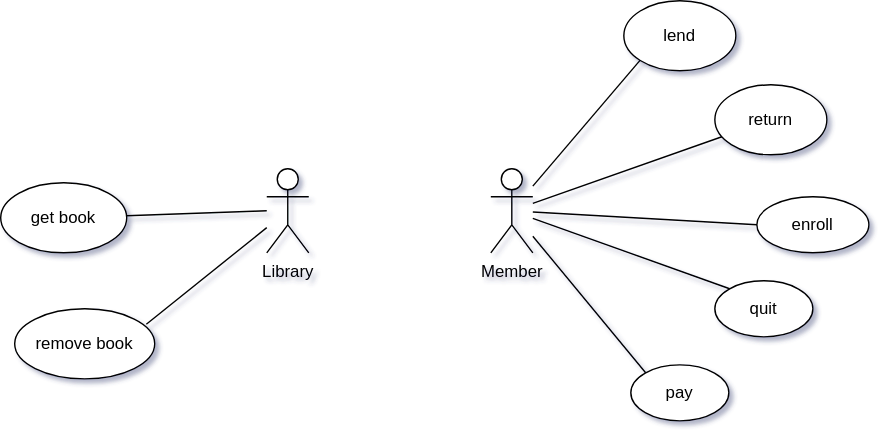
Above: 2. felev/objprog/beadandok/beadando/dokumentacio/UseCase.drawio.svg in csabisoos/elte (draw.io), before the change. Source tidied: cells renumbered, new cells last; positions are measured from the earlier drawing's top-left corner, leaving out a move shared by most shapes. Source of this version:
```xml
<mxGraphModel>
  <root>
    <mxCell id="0" />
    <mxCell id="1" parent="0" />
    <mxCell id="2" value="Library" style="shape=umlActor;verticalLabelPosition=bottom;verticalAlign=top;html=1;outlineConnect=0;" parent="1" vertex="1">
      <mxGeometry x="190" y="120" width="30" height="60" as="geometry" />
    </mxCell>
    <mxCell id="3" value="Member" style="shape=umlActor;verticalLabelPosition=bottom;verticalAlign=top;html=1;outlineConnect=0;" parent="1" vertex="1">
      <mxGeometry x="350" y="120" width="30" height="60" as="geometry" />
    </mxCell>
    <mxCell id="4" value="get book" style="ellipse;whiteSpace=wrap;html=1;" parent="1" vertex="1">
      <mxGeometry y="130" width="90" height="50" as="geometry" />
    </mxCell>
    <mxCell id="5" style="endArrow=none;html=1;rounded=0;fontSize=12;startSize=8;endSize=8;curved=1;" parent="1" edge="1" source="4">
      <mxGeometry relative="1" as="geometry">
        <mxPoint x="190" y="150" as="targetPoint" />
      </mxGeometry>
    </mxCell>
    <mxCell id="6" value="remove book" style="ellipse;whiteSpace=wrap;html=1;" parent="1" vertex="1">
      <mxGeometry x="10" y="220" width="100" height="50" as="geometry" />
    </mxCell>
    <mxCell id="7" style="endArrow=none;html=1;rounded=0;fontSize=12;startSize=8;endSize=8;curved=1;exitX=0.94;exitY=0.22;exitDx=0;exitDy=0;exitPerimeter=0;" parent="1" edge="1" source="6" target="2">
      <mxGeometry relative="1" as="geometry" />
    </mxCell>
    <mxCell id="8" value="enroll" style="ellipse;whiteSpace=wrap;html=1;" parent="1" vertex="1">
      <mxGeometry x="540" y="140" width="80" height="40" as="geometry" />
    </mxCell>
    <mxCell id="9" style="endArrow=none;html=1;rounded=0;fontSize=12;startSize=8;endSize=8;curved=1;exitX=0;exitY=0.5;exitDx=0;exitDy=0;" parent="1" edge="1" source="8" target="3">
      <mxGeometry relative="1" as="geometry" />
    </mxCell>
    <mxCell id="10" value="quit" style="ellipse;whiteSpace=wrap;html=1;" parent="1" vertex="1">
      <mxGeometry x="510" y="200" width="70" height="40" as="geometry" />
    </mxCell>
    <mxCell id="11" style="endArrow=none;html=1;rounded=0;fontSize=12;startSize=8;endSize=8;curved=1;exitX=0;exitY=0;exitDx=0;exitDy=0;" parent="1" edge="1" source="10" target="3">
      <mxGeometry relative="1" as="geometry" />
    </mxCell>
    <mxCell id="12" value="pay" style="ellipse;whiteSpace=wrap;html=1;" parent="1" vertex="1">
      <mxGeometry x="450" y="260" width="70" height="40" as="geometry" />
    </mxCell>
    <mxCell id="13" style="endArrow=none;html=1;rounded=0;fontSize=12;startSize=8;endSize=8;curved=1;entryX=0;entryY=0;entryDx=0;entryDy=0;" parent="1" edge="1" source="3" target="12">
      <mxGeometry relative="1" as="geometry" />
    </mxCell>
    <mxCell id="14" value="return" style="ellipse;whiteSpace=wrap;html=1;" parent="1" vertex="1">
      <mxGeometry x="510" y="60" width="80" height="50" as="geometry" />
    </mxCell>
    <mxCell id="15" style="endArrow=none;html=1;rounded=0;fontSize=12;startSize=8;endSize=8;curved=1;" parent="1" edge="1" source="14" target="3">
      <mxGeometry relative="1" as="geometry" />
    </mxCell>
    <mxCell id="16" value="lend" style="ellipse;whiteSpace=wrap;html=1;" parent="1" vertex="1">
      <mxGeometry x="445" width="80" height="50" as="geometry" />
    </mxCell>
    <mxCell id="17" style="endArrow=none;html=1;rounded=0;fontSize=12;startSize=8;endSize=8;curved=1;exitX=0;exitY=1;exitDx=0;exitDy=0;" parent="1" edge="1" source="16" target="3">
      <mxGeometry relative="1" as="geometry" />
    </mxCell>
  </root>
</mxGraphModel>
```
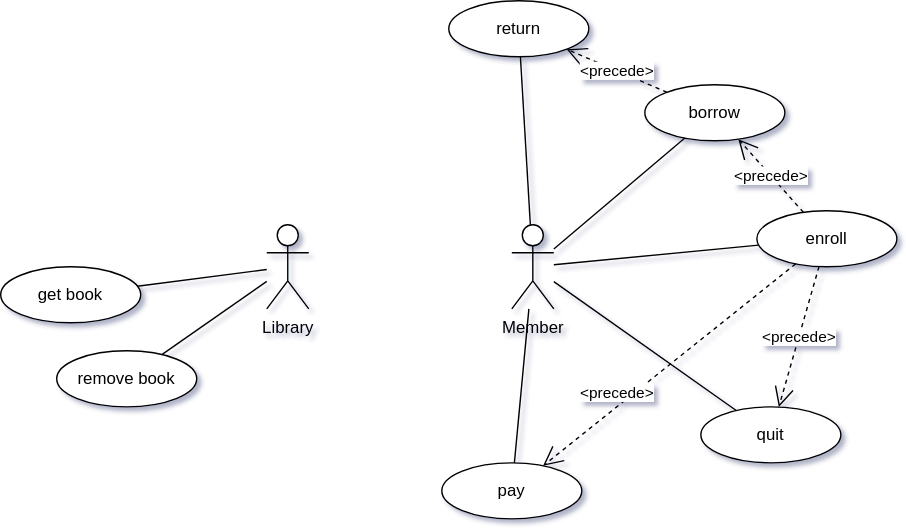
After the change.

The edit, as a diff of the source:
```diff
@@ -3,54 +3,64 @@
     <mxCell id="0" />
     <mxCell id="1" parent="0" />
     <mxCell id="2" value="Library" style="shape=umlActor;verticalLabelPosition=bottom;verticalAlign=top;html=1;outlineConnect=0;" parent="1" vertex="1">
-      <mxGeometry x="190" y="120" width="30" height="60" as="geometry" />
+      <mxGeometry x="70" y="180" width="30" height="60" as="geometry" />
     </mxCell>
+    <mxCell id="18" style="endArrow=none;html=1;rounded=0;" parent="1" edge="1" source="4" target="2">
+      <mxGeometry relative="1" as="geometry" />
+    </mxCell>
+    <mxCell id="6" value="remove book" style="ellipse;whiteSpace=wrap;html=1;" parent="1" vertex="1">
+      <mxGeometry x="-80" y="270" width="100" height="40" as="geometry" />
+    </mxCell>
+    <mxCell id="7" style="endArrow=none;html=1;rounded=0;" parent="1" edge="1" source="6" target="2">
+      <mxGeometry relative="1" as="geometry" />
+    </mxCell>
     <mxCell id="3" value="Member" style="shape=umlActor;verticalLabelPosition=bottom;verticalAlign=top;html=1;outlineConnect=0;" parent="1" vertex="1">
-      <mxGeometry x="350" y="120" width="30" height="60" as="geometry" />
+      <mxGeometry x="245" y="180" width="30" height="60" as="geometry" />
     </mxCell>
     <mxCell id="4" value="get book" style="ellipse;whiteSpace=wrap;html=1;" parent="1" vertex="1">
-      <mxGeometry y="130" width="90" height="50" as="geometry" />
+      <mxGeometry x="-120" y="210" width="100" height="40" as="geometry" />
     </mxCell>
-    <mxCell id="5" style="endArrow=none;html=1;rounded=0;fontSize=12;startSize=8;endSize=8;curved=1;" parent="1" edge="1" source="4">
-      <mxGeometry relative="1" as="geometry">
-        <mxPoint x="190" y="150" as="targetPoint" />
-      </mxGeometry>
-    </mxCell>
-    <mxCell id="6" value="remove book" style="ellipse;whiteSpace=wrap;html=1;" parent="1" vertex="1">
-      <mxGeometry x="10" y="220" width="100" height="50" as="geometry" />
-    </mxCell>
-    <mxCell id="7" style="endArrow=none;html=1;rounded=0;fontSize=12;startSize=8;endSize=8;curved=1;exitX=0.94;exitY=0.22;exitDx=0;exitDy=0;exitPerimeter=0;" parent="1" edge="1" source="6" target="2">
-      <mxGeometry relative="1" as="geometry" />
-    </mxCell>
+    <mxCell id="19" value="borrow" style="ellipse;whiteSpace=wrap;html=1;" parent="1" vertex="1">
+      <mxGeometry x="340" y="80" width="100" height="40" as="geometry" />
+    </mxCell>
+    <mxCell id="14" value="return" style="ellipse;whiteSpace=wrap;html=1;" parent="1" vertex="1">
+      <mxGeometry x="200" y="20" width="100" height="40" as="geometry" />
+    </mxCell>
     <mxCell id="8" value="enroll" style="ellipse;whiteSpace=wrap;html=1;" parent="1" vertex="1">
-      <mxGeometry x="540" y="140" width="80" height="40" as="geometry" />
+      <mxGeometry x="420" y="170" width="100" height="40" as="geometry" />
     </mxCell>
+    <mxCell id="10" value="quit" style="ellipse;whiteSpace=wrap;html=1;" parent="1" vertex="1">
+      <mxGeometry x="380" y="310" width="100" height="40" as="geometry" />
+    </mxCell>
+    <mxCell id="12" value="pay" style="ellipse;whiteSpace=wrap;html=1;" parent="1" vertex="1">
+      <mxGeometry x="195" y="350" width="100" height="40" as="geometry" />
+    </mxCell>
+    <mxCell id="20" value="&amp;lt;precede&amp;gt;" style="endArrow=open;endSize=12;dashed=1;html=1;rounded=0;" parent="1" edge="1" source="8" target="10">
+      <mxGeometry relative="1" as="geometry" />
+    </mxCell>
+    <mxCell id="21" value="&amp;lt;precede&amp;gt;" style="endArrow=open;endSize=12;dashed=1;html=1;rounded=0;" parent="1" edge="1" source="19" target="14">
+      <mxGeometry relative="1" as="geometry" />
+    </mxCell>
+    <mxCell id="22" value="&amp;lt;p&lt;span style=&quot;background-color: light-dark(#ffffff, var(--ge-dark-color, #121212)); color: light-dark(rgb(0, 0, 0), rgb(255, 255, 255));&quot;&gt;recede&amp;gt;&lt;/span&gt;" style="endArrow=open;endSize=12;dashed=1;html=1;rounded=0;" parent="1" edge="1" source="8" target="19">
+      <mxGeometry relative="1" as="geometry" />
+    </mxCell>
+    <mxCell id="23" value="&amp;lt;precede&amp;gt;" style="endArrow=open;endSize=12;dashed=1;html=1;rounded=0;" parent="1" edge="1" source="8" target="12">
+      <mxGeometry x="0.36" y="-8" relative="1" as="geometry" />
+    </mxCell>
+    <mxCell id="24" style="endArrow=none;html=1;rounded=0;" parent="1" edge="1" source="12" target="3">
+      <mxGeometry relative="1" as="geometry" />
+    </mxCell>
+    <mxCell id="11" style="endArrow=none;html=1;rounded=0;" parent="1" edge="1" source="10" target="3">
+      <mxGeometry relative="1" as="geometry" />
+    </mxCell>
-    <mxCell id="9" style="endArrow=none;html=1;rounded=0;fontSize=12;startSize=8;endSize=8;curved=1;exitX=0;exitY=0.5;exitDx=0;exitDy=0;" parent="1" edge="1" source="8" target="3">
+    <mxCell id="9" style="endArrow=none;html=1;rounded=0;" parent="1" edge="1" source="8" target="3">
       <mxGeometry relative="1" as="geometry" />
     </mxCell>
-    <mxCell id="10" value="quit" style="ellipse;whiteSpace=wrap;html=1;" parent="1" vertex="1">
-      <mxGeometry x="510" y="200" width="70" height="40" as="geometry" />
-    </mxCell>
-    <mxCell id="11" style="endArrow=none;html=1;rounded=0;fontSize=12;startSize=8;endSize=8;curved=1;exitX=0;exitY=0;exitDx=0;exitDy=0;" parent="1" edge="1" source="10" target="3">
-      <mxGeometry relative="1" as="geometry" />
-    </mxCell>
-    <mxCell id="12" value="pay" style="ellipse;whiteSpace=wrap;html=1;" parent="1" vertex="1">
-      <mxGeometry x="450" y="260" width="70" height="40" as="geometry" />
-    </mxCell>
-    <mxCell id="13" style="endArrow=none;html=1;rounded=0;fontSize=12;startSize=8;endSize=8;curved=1;entryX=0;entryY=0;entryDx=0;entryDy=0;" parent="1" edge="1" source="3" target="12">
-      <mxGeometry relative="1" as="geometry" />
-    </mxCell>
-    <mxCell id="14" value="return" style="ellipse;whiteSpace=wrap;html=1;" parent="1" vertex="1">
-      <mxGeometry x="510" y="60" width="80" height="50" as="geometry" />
-    </mxCell>
+    <mxCell id="25" style="endArrow=none;html=1;rounded=0;" parent="1" edge="1" source="19" target="3">
+      <mxGeometry relative="1" as="geometry" />
+    </mxCell>
-    <mxCell id="15" style="endArrow=none;html=1;rounded=0;fontSize=12;startSize=8;endSize=8;curved=1;" parent="1" edge="1" source="14" target="3">
+    <mxCell id="15" style="endArrow=none;html=1;rounded=0;" parent="1" edge="1" source="14" target="3">
       <mxGeometry relative="1" as="geometry" />
     </mxCell>
-    <mxCell id="16" value="lend" style="ellipse;whiteSpace=wrap;html=1;" parent="1" vertex="1">
-      <mxGeometry x="445" width="80" height="50" as="geometry" />
-    </mxCell>
-    <mxCell id="17" style="endArrow=none;html=1;rounded=0;fontSize=12;startSize=8;endSize=8;curved=1;exitX=0;exitY=1;exitDx=0;exitDy=0;" parent="1" edge="1" source="16" target="3">
-      <mxGeometry relative="1" as="geometry" />
-    </mxCell>
   </root>
 </mxGraphModel>
```
